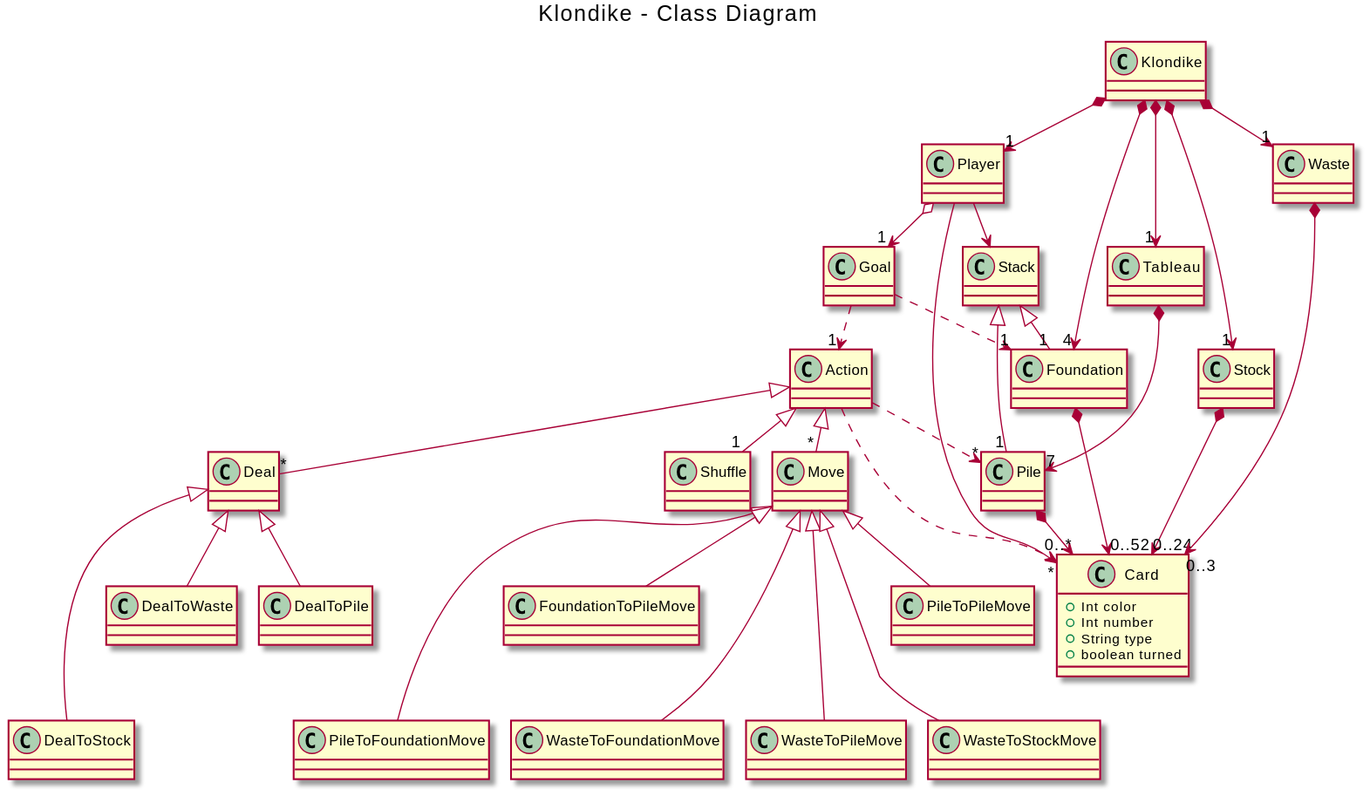
Above: out/1 Modelo de Dominio/01_Diagrama de clases/Class Diagram.svg in AngelOS95P/Maestria_IngSoftware_grupo6 (PlantUML), before the change.
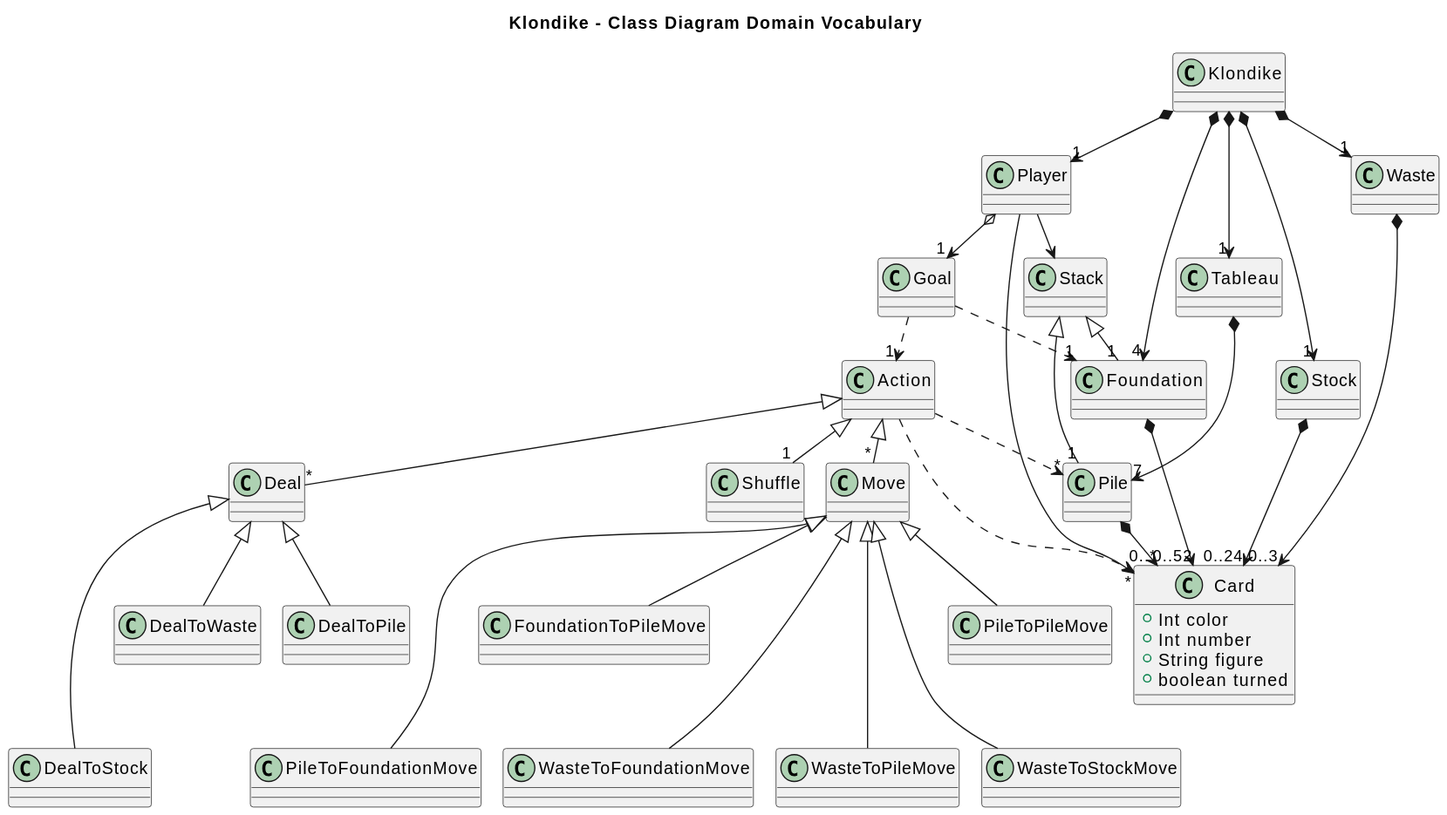
The same diagram one commit later.

What changed in the source:
```diff
@@ -1,5 +1,5 @@
 @startuml Class Diagram
-title Klondike  - Class Diagram
+title Klondike  - Class Diagram Domain Vocabulary
 !pragma layout smetana
 
 class Klondike
@@ -13,7 +13,7 @@
 class Card {
   +Int color
   +Int number
-  +String type
+  +String figure
   +boolean turned
 }
 class Action
```
